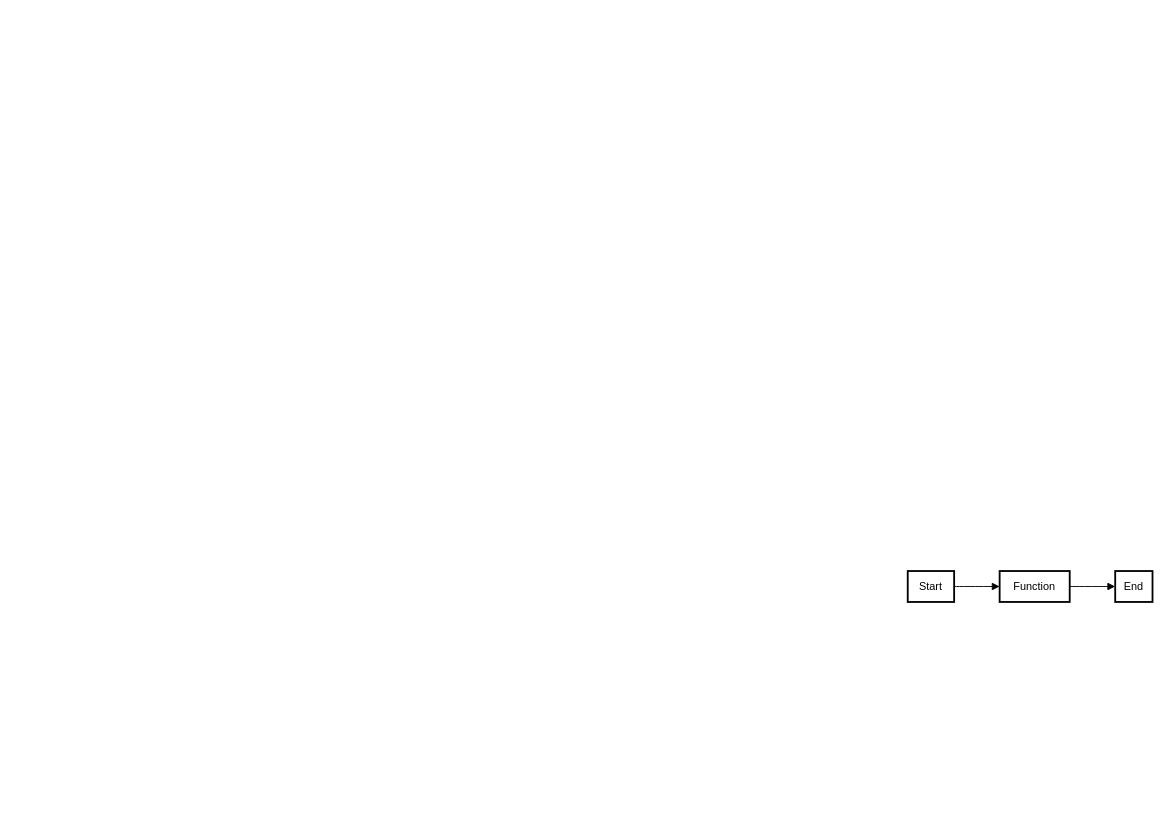
The draw.io diagram 未命名绘图.drawio in FrostLotus/Project, before the edit. Source tidied: cells renumbered, new cells numbered last; positions are measured from the earlier drawing's top-left corner, leaving out a move shared by most shapes. Both pictures are drawn from the tidied source at 91%, with x=0, y=0 at pixel (907, 571).
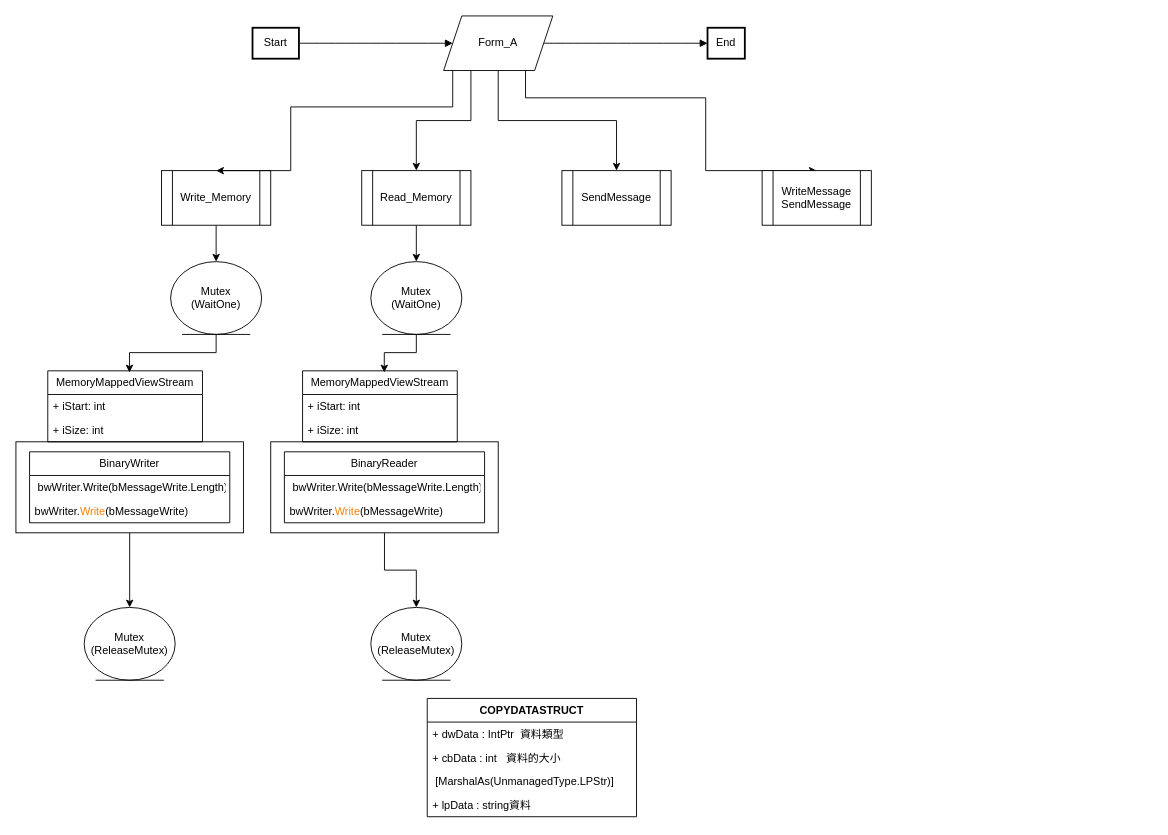
The same diagram, later.

Commit message:
read_write 製作

The edit, as a diff of the source:
```diff
@@
     <mxCell id="2" value="Start" style="whiteSpace=wrap;strokeWidth=2;" parent="1" vertex="1">
-      <mxGeometry width="51" height="34" as="geometry" />
+      <mxGeometry x="-720" y="-597" width="51" height="34" as="geometry" />
     </mxCell>
-    <mxCell id="3" value="Function" style="whiteSpace=wrap;strokeWidth=2;" parent="1" vertex="1">
-      <mxGeometry x="101" width="77" height="34" as="geometry" />
-    </mxCell>
     <mxCell id="4" value="End" style="whiteSpace=wrap;strokeWidth=2;" parent="1" vertex="1">
-      <mxGeometry x="228" width="41" height="34" as="geometry" />
+      <mxGeometry x="-220" y="-597" width="41" height="34" as="geometry" />
     </mxCell>
-    <mxCell id="5" style="curved=1;startArrow=none;endArrow=block;exitX=0.9934129901960784;exitY=0.5;entryX=-0.004362824675324675;entryY=0.5;" parent="1" edge="1" source="2" target="3">
+    <mxCell id="5" style="curved=1;startArrow=none;endArrow=block;exitX=0.9934129901960784;exitY=0.5;" parent="1" edge="1" source="2" target="13">
       <mxGeometry relative="1" as="geometry" />
     </mxCell>
-    <mxCell id="6" style="curved=1;startArrow=none;endArrow=block;exitX=0.9994926948051948;exitY=0.5;entryX=-0.0009527439024390244;entryY=0.5;" parent="1" edge="1" source="3" target="4">
+    <mxCell id="6" style="curved=1;startArrow=none;endArrow=block;entryX=-0.0009527439024390244;entryY=0.5;exitX=1;exitY=0.5;exitDx=0;exitDy=0;" parent="1" edge="1" source="13" target="4">
       <mxGeometry relative="1" as="geometry" />
     </mxCell>
+    <mxCell id="7" style="edgeStyle=orthogonalEdgeStyle;rounded=0;jettySize=auto;html=1;exitX=0.5;exitY=1;exitDx=0;exitDy=0;entryX=0.5;entryY=0;entryDx=0;entryDy=0;" parent="1" edge="1" source="8" target="20">
+      <mxGeometry relative="1" as="geometry" />
+    </mxCell>
+    <mxCell id="8" value="Write_Memory" style="shape=process;whiteSpace=wrap;html=1;backgroundOutline=1;" parent="1" vertex="1">
+      <mxGeometry x="-820" y="-440" width="120" height="60" as="geometry" />
+    </mxCell>
+    <mxCell id="9" style="edgeStyle=orthogonalEdgeStyle;rounded=0;jettySize=auto;html=1;entryX=0.5;entryY=0;entryDx=0;entryDy=0;" parent="1" edge="1" source="13" target="8">
+      <mxGeometry relative="1" as="geometry">
+        <Array as="points">
+          <mxPoint x="-500" y="-510" />
+          <mxPoint x="-678" y="-510" />
+        </Array>
+      </mxGeometry>
+    </mxCell>
+    <mxCell id="10" style="edgeStyle=orthogonalEdgeStyle;rounded=0;jettySize=auto;html=1;exitX=0.25;exitY=1;exitDx=0;exitDy=0;entryX=0.5;entryY=0;entryDx=0;entryDy=0;" parent="1" edge="1" source="13" target="15">
+      <mxGeometry relative="1" as="geometry" />
+    </mxCell>
+    <mxCell id="11" style="edgeStyle=orthogonalEdgeStyle;rounded=0;jettySize=auto;html=1;exitX=0.5;exitY=1;exitDx=0;exitDy=0;entryX=0.5;entryY=0;entryDx=0;entryDy=0;" parent="1" edge="1" source="13" target="16">
+      <mxGeometry relative="1" as="geometry" />
+    </mxCell>
+    <mxCell id="12" style="edgeStyle=orthogonalEdgeStyle;rounded=0;jettySize=auto;html=1;exitX=0.75;exitY=1;exitDx=0;exitDy=0;entryX=0.5;entryY=0;entryDx=0;entryDy=0;" parent="1" edge="1" source="13" target="17">
+      <mxGeometry relative="1" as="geometry">
+        <Array as="points">
+          <mxPoint x="-420" y="-520" />
+          <mxPoint x="-222" y="-520" />
+        </Array>
+      </mxGeometry>
+    </mxCell>
+    <mxCell id="13" value="Form_A" style="shape=parallelogram;perimeter=parallelogramPerimeter;whiteSpace=wrap;html=1;fixedSize=1;" parent="1" vertex="1">
+      <mxGeometry x="-510" y="-610" width="120" height="60" as="geometry" />
+    </mxCell>
+    <mxCell id="14" style="edgeStyle=orthogonalEdgeStyle;rounded=0;jettySize=auto;html=1;exitX=0.5;exitY=1;exitDx=0;exitDy=0;entryX=0.5;entryY=0;entryDx=0;entryDy=0;" parent="1" edge="1" source="15" target="37">
+      <mxGeometry relative="1" as="geometry" />
+    </mxCell>
+    <mxCell id="15" value="Read_Memory" style="shape=process;whiteSpace=wrap;html=1;backgroundOutline=1;" parent="1" vertex="1">
+      <mxGeometry x="-600" y="-440" width="120" height="60" as="geometry" />
+    </mxCell>
+    <mxCell id="16" value="SendMessage" style="shape=process;whiteSpace=wrap;html=1;backgroundOutline=1;" parent="1" vertex="1">
+      <mxGeometry x="-380" y="-440" width="120" height="60" as="geometry" />
+    </mxCell>
+    <mxCell id="17" value="WriteMessage&lt;br&gt;SendMessage" style="shape=process;whiteSpace=wrap;html=1;backgroundOutline=1;" parent="1" vertex="1">
+      <mxGeometry x="-160" y="-440" width="120" height="60" as="geometry" />
+    </mxCell>
+    <mxCell id="18" style="edgeStyle=orthogonalEdgeStyle;rounded=0;jettySize=auto;html=1;exitX=0.5;exitY=1;exitDx=0;exitDy=0;entryX=0.5;entryY=0;entryDx=0;entryDy=0;" parent="1" edge="1" source="28" target="21">
+      <mxGeometry relative="1" as="geometry" />
+    </mxCell>
+    <mxCell id="19" style="edgeStyle=orthogonalEdgeStyle;rounded=0;jettySize=auto;html=1;exitX=0.5;exitY=1;exitDx=0;exitDy=0;entryX=0.528;entryY=0.023;entryDx=0;entryDy=0;entryPerimeter=0;" parent="1" edge="1" source="20" target="29">
+      <mxGeometry relative="1" as="geometry" />
+    </mxCell>
+    <mxCell id="20" value="Mutex&lt;br&gt;(WaitOne)" style="ellipse;shape=umlEntity;whiteSpace=wrap;html=1;" parent="1" vertex="1">
+      <mxGeometry x="-810" y="-340" width="100" height="80" as="geometry" />
+    </mxCell>
+    <mxCell id="21" value="Mutex&lt;br&gt;(ReleaseMutex)" style="ellipse;shape=umlEntity;whiteSpace=wrap;html=1;" parent="1" vertex="1">
+      <mxGeometry x="-905" y="40" width="100" height="80" as="geometry" />
+    </mxCell>
+    <mxCell id="22" value="COPYDATASTRUCT" style="swimlane;fontStyle=1;align=center;verticalAlign=top;horizontal=1;startSize=26;whiteSpace=wrap;html=1;" parent="1" vertex="1">
+      <mxGeometry x="-528" y="140" width="230" height="130" as="geometry" />
+    </mxCell>
+    <mxCell id="23" value="+ dwData : IntPtr&amp;nbsp; 資料類型" style="text;strokeColor=none;fillColor=none;align=left;verticalAlign=top;spacingLeft=4;spacingRight=4;overflow=hidden;whiteSpace=wrap;html=1;" parent="22" vertex="1">
+      <mxGeometry y="26" width="230" height="26" as="geometry" />
+    </mxCell>
+    <mxCell id="24" value="+ cbData : int&amp;nbsp; &amp;nbsp;資料的大小" style="text;strokeColor=none;fillColor=none;align=left;verticalAlign=top;spacingLeft=4;spacingRight=4;overflow=hidden;whiteSpace=wrap;html=1;" parent="22" vertex="1">
+      <mxGeometry y="52" width="230" height="26" as="geometry" />
+    </mxCell>
+    <mxCell id="25" value="&amp;nbsp;[MarshalAs(UnmanagedType.LPStr)]" style="text;strokeColor=none;fillColor=none;align=left;verticalAlign=top;spacingLeft=4;spacingRight=4;overflow=hidden;whiteSpace=wrap;html=1;" parent="22" vertex="1">
+      <mxGeometry y="78" width="230" height="26" as="geometry" />
+    </mxCell>
+    <mxCell id="26" value="+ lpData : string資料" style="text;strokeColor=none;fillColor=none;align=left;verticalAlign=top;spacingLeft=4;spacingRight=4;overflow=hidden;whiteSpace=wrap;html=1;" parent="22" vertex="1">
+      <mxGeometry y="104" width="230" height="26" as="geometry" />
+    </mxCell>
+    <mxCell id="27" style="group;" parent="1" vertex="1">
+      <mxGeometry x="-980" y="-220" width="250" height="178" as="geometry" />
+    </mxCell>
+    <mxCell id="28" style="html=1;whiteSpace=wrap;" parent="27" vertex="1">
+      <mxGeometry y="78" width="250" height="100" as="geometry" />
+    </mxCell>
+    <mxCell id="29" value="MemoryMappedViewStream" style="swimlane;fontStyle=0;horizontal=1;startSize=26;fillColor=none;whiteSpace=wrap;html=1;" parent="27" vertex="1">
+      <mxGeometry x="35" width="170" height="78" as="geometry" />
+    </mxCell>
+    <mxCell id="30" value="+ iStart: int" style="text;strokeColor=none;fillColor=none;align=left;verticalAlign=top;spacingLeft=4;spacingRight=4;overflow=hidden;whiteSpace=wrap;html=1;" parent="29" vertex="1">
+      <mxGeometry y="26" width="170" height="26" as="geometry" />
+    </mxCell>
+    <mxCell id="31" value="+ iSize: int" style="text;strokeColor=none;fillColor=none;align=left;verticalAlign=top;spacingLeft=4;spacingRight=4;overflow=hidden;whiteSpace=wrap;html=1;" parent="29" vertex="1">
+      <mxGeometry y="52" width="170" height="26" as="geometry" />
+    </mxCell>
+    <mxCell id="32" value="BinaryWriter" style="swimlane;fontStyle=0;horizontal=1;startSize=26;fillColor=none;whiteSpace=wrap;html=1;" parent="27" vertex="1">
+      <mxGeometry x="15" y="89" width="220" height="78" as="geometry" />
+    </mxCell>
+    <mxCell id="33" value="&amp;nbsp;bwWriter.Write(bMessageWrite.Length)" style="text;strokeColor=none;fillColor=none;align=left;verticalAlign=top;spacingLeft=4;spacingRight=4;overflow=hidden;whiteSpace=wrap;html=1;" parent="32" vertex="1">
+      <mxGeometry y="26" width="220" height="26" as="geometry" />
+    </mxCell>
+    <mxCell id="34" value="bwWriter.&lt;font color=&quot;#ff8000&quot;&gt;Write&lt;/font&gt;(bMessageWrite)" style="text;strokeColor=none;fillColor=none;align=left;verticalAlign=top;spacingLeft=4;spacingRight=4;overflow=hidden;whiteSpace=wrap;html=1;" parent="32" vertex="1">
+      <mxGeometry y="52" width="220" height="26" as="geometry" />
+    </mxCell>
+    <mxCell id="35" style="edgeStyle=orthogonalEdgeStyle;rounded=0;jettySize=auto;html=1;exitX=0.5;exitY=1;exitDx=0;exitDy=0;entryX=0.5;entryY=0;entryDx=0;entryDy=0;" parent="1" edge="1" source="40" target="38">
+      <mxGeometry relative="1" as="geometry" />
+    </mxCell>
+    <mxCell id="36" style="edgeStyle=orthogonalEdgeStyle;rounded=0;jettySize=auto;html=1;exitX=0.5;exitY=1;exitDx=0;exitDy=0;entryX=0.528;entryY=0.023;entryDx=0;entryDy=0;entryPerimeter=0;" parent="1" edge="1" source="37" target="41">
+      <mxGeometry relative="1" as="geometry" />
+    </mxCell>
+    <mxCell id="37" value="Mutex&lt;br&gt;(WaitOne)" style="ellipse;shape=umlEntity;whiteSpace=wrap;html=1;" parent="1" vertex="1">
+      <mxGeometry x="-590" y="-340" width="100" height="80" as="geometry" />
+    </mxCell>
+    <mxCell id="38" value="Mutex&lt;br&gt;(ReleaseMutex)" style="ellipse;shape=umlEntity;whiteSpace=wrap;html=1;" parent="1" vertex="1">
+      <mxGeometry x="-590" y="40" width="100" height="80" as="geometry" />
+    </mxCell>
+    <mxCell id="39" style="group;" parent="1" vertex="1">
+      <mxGeometry x="-700" y="-220" width="250" height="178" as="geometry" />
+    </mxCell>
+    <mxCell id="40" style="html=1;whiteSpace=wrap;" parent="39" vertex="1">
+      <mxGeometry y="78" width="250" height="100" as="geometry" />
+    </mxCell>
+    <mxCell id="41" value="MemoryMappedViewStream" style="swimlane;fontStyle=0;horizontal=1;startSize=26;fillColor=none;whiteSpace=wrap;html=1;" parent="39" vertex="1">
+      <mxGeometry x="35" width="170" height="78" as="geometry" />
+    </mxCell>
+    <mxCell id="42" value="+ iStart: int" style="text;strokeColor=none;fillColor=none;align=left;verticalAlign=top;spacingLeft=4;spacingRight=4;overflow=hidden;whiteSpace=wrap;html=1;" parent="41" vertex="1">
+      <mxGeometry y="26" width="170" height="26" as="geometry" />
+    </mxCell>
+    <mxCell id="43" value="+ iSize: int" style="text;strokeColor=none;fillColor=none;align=left;verticalAlign=top;spacingLeft=4;spacingRight=4;overflow=hidden;whiteSpace=wrap;html=1;" parent="41" vertex="1">
+      <mxGeometry y="52" width="170" height="26" as="geometry" />
+    </mxCell>
+    <mxCell id="44" value="BinaryReader" style="swimlane;fontStyle=0;horizontal=1;startSize=26;fillColor=none;whiteSpace=wrap;html=1;" parent="39" vertex="1">
+      <mxGeometry x="15" y="89" width="220" height="78" as="geometry" />
+    </mxCell>
+    <mxCell id="45" value="&amp;nbsp;bwWriter.Write(bMessageWrite.Length)" style="text;strokeColor=none;fillColor=none;align=left;verticalAlign=top;spacingLeft=4;spacingRight=4;overflow=hidden;whiteSpace=wrap;html=1;" parent="44" vertex="1">
+      <mxGeometry y="26" width="220" height="26" as="geometry" />
+    </mxCell>
+    <mxCell id="46" value="bwWriter.&lt;font color=&quot;#ff8000&quot;&gt;Write&lt;/font&gt;(bMessageWrite)" style="text;strokeColor=none;fillColor=none;align=left;verticalAlign=top;spacingLeft=4;spacingRight=4;overflow=hidden;whiteSpace=wrap;html=1;" parent="44" vertex="1">
+      <mxGeometry y="52" width="220" height="26" as="geometry" />
+    </mxCell>
```
